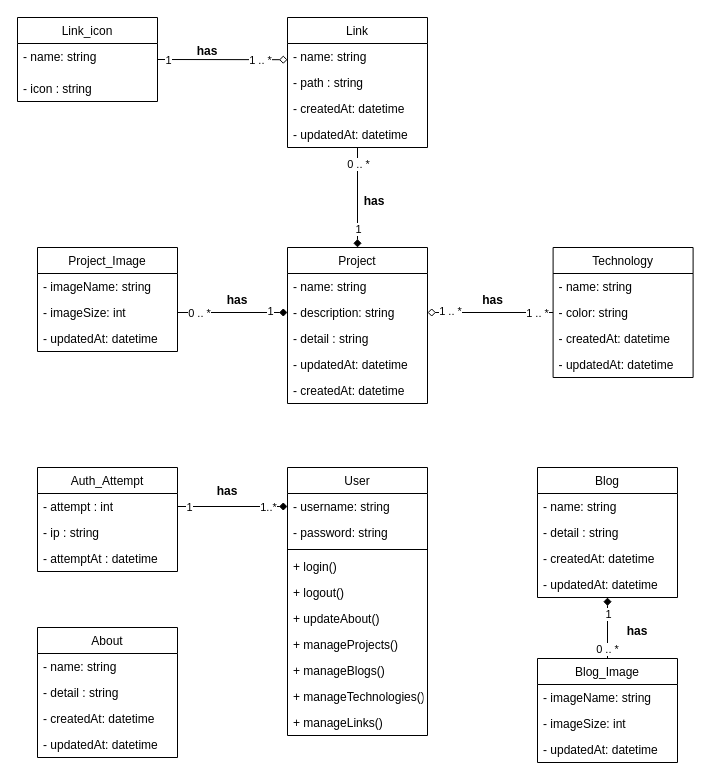
YoanMen/portfolio-symfony keeps this draw.io diagram as documents/diagramme-de-class.drawio. Above is the earlier version. Source tidied: cells renumbered, new cells numbered last; positions are measured from the earlier drawing's top-left corner, leaving out a move shared by most shapes. Both pictures are drawn from the tidied source at 100%, with x=0, y=0 at pixel (17, 17).
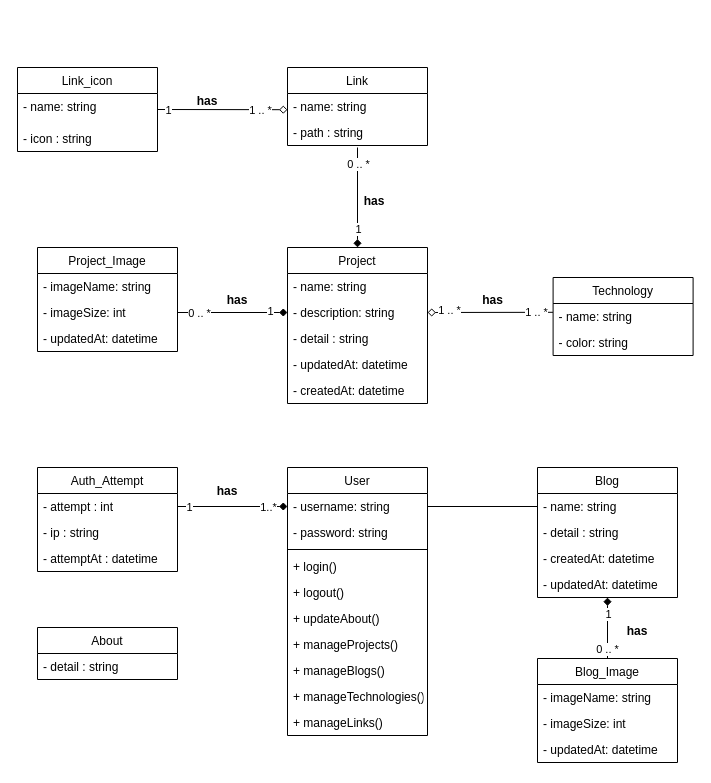
After the change.

Unchanged cells that the change refers to:
```xml
<mxCell id="3" value="- username: string" style="text;strokeColor=none;fillColor=none;align=left;verticalAlign=top;spacingLeft=4;spacingRight=4;overflow=hidden;points=[[0,0.5],[1,0.5]];portConstraint=eastwest;" parent="2" vertex="1">
  <mxGeometry y="26" width="140" height="26" as="geometry" />
</mxCell>
<mxCell id="16" value="Project" style="swimlane;fontStyle=0;horizontal=1;startSize=26;fillColor=none;" parent="1" vertex="1">
  <mxGeometry x="270" y="230" width="140" height="156" as="geometry" />
</mxCell>
<mxCell id="18" value="- description: string" style="text;strokeColor=none;fillColor=none;align=left;verticalAlign=top;spacingLeft=4;spacingRight=4;overflow=hidden;points=[[0,0.5],[1,0.5]];portConstraint=eastwest;" parent="16" vertex="1">
  <mxGeometry y="52" width="140" height="26" as="geometry" />
</mxCell>
<mxCell id="35" value="- name: string" style="text;strokeColor=none;fillColor=none;align=left;verticalAlign=top;spacingLeft=4;spacingRight=4;overflow=hidden;points=[[0,0.5],[1,0.5]];portConstraint=eastwest;" parent="34" vertex="1">
  <mxGeometry y="26" width="140" height="26" as="geometry" />
</mxCell>
<mxCell id="56" value="- name: string" style="text;strokeColor=none;fillColor=none;align=left;verticalAlign=top;spacingLeft=4;spacingRight=4;overflow=hidden;points=[[0,0.5],[1,0.5]];portConstraint=eastwest;" parent="55" vertex="1">
  <mxGeometry y="26" width="140" height="26" as="geometry" />
</mxCell>
<mxCell id="57" value="- color: string" style="text;strokeColor=none;fillColor=none;align=left;verticalAlign=top;spacingLeft=4;spacingRight=4;overflow=hidden;points=[[0,0.5],[1,0.5]];portConstraint=eastwest;" parent="55" vertex="1">
  <mxGeometry y="52" width="140" height="26" as="geometry" />
</mxCell>
```

The edit, as a diff of the source:
```diff
@@
-    <mxCell id="13" style="edgeStyle=none;html=1;exitX=0.5;exitY=0;exitDx=0;exitDy=0;entryX=0.5;entryY=1;entryDx=0;entryDy=0;entryPerimeter=0;endArrow=none;endFill=0;startArrow=diamond;startFill=1;" parent="1" edge="1" source="16" target="47">
-      <mxGeometry relative="1" as="geometry" />
+    <mxCell id="13" style="edgeStyle=none;html=1;exitX=0.5;exitY=0;exitDx=0;exitDy=0;entryX=0.5;entryY=1;entryDx=0;entryDy=0;entryPerimeter=0;endArrow=none;endFill=0;startArrow=diamond;startFill=1;" parent="1" edge="1" source="16">
+      <mxGeometry relative="1" as="geometry">
+        <mxPoint x="340" y="130" as="targetPoint" />
+      </mxGeometry>
     </mxCell>
@@
     <mxCell id="22" value="About" style="swimlane;fontStyle=0;horizontal=1;startSize=26;fillColor=none;" parent="1" vertex="1">
-      <mxGeometry x="20" y="610" width="140" height="130" as="geometry" />
+      <mxGeometry x="20" y="610" width="140" height="52" as="geometry" />
     </mxCell>
-    <mxCell id="23" value="- name: string" style="text;strokeColor=none;fillColor=none;align=left;verticalAlign=top;spacingLeft=4;spacingRight=4;overflow=hidden;" parent="22" vertex="1">
-      <mxGeometry y="26" width="140" height="26" as="geometry" />
-    </mxCell>
     <mxCell id="24" value="- detail : string" style="text;strokeColor=none;fillColor=none;align=left;verticalAlign=top;spacingLeft=4;spacingRight=4;overflow=hidden;" parent="22" vertex="1">
-      <mxGeometry y="52" width="140" height="26" as="geometry" />
+      <mxGeometry y="26" width="140" height="26" as="geometry" />
     </mxCell>
-    <mxCell id="25" value="- createdAt: datetime" style="text;strokeColor=none;fillColor=none;align=left;verticalAlign=top;spacingLeft=4;spacingRight=4;overflow=hidden;" parent="22" vertex="1">
-      <mxGeometry y="78" width="140" height="26" as="geometry" />
-    </mxCell>
-    <mxCell id="26" value="- updatedAt: datetime" style="text;strokeColor=none;fillColor=none;align=left;verticalAlign=top;spacingLeft=4;spacingRight=4;overflow=hidden;" parent="22" vertex="1">
-      <mxGeometry y="104" width="140" height="26" as="geometry" />
-    </mxCell>
@@
     <mxCell id="43" value="Link" style="swimlane;fontStyle=0;horizontal=1;startSize=26;fillColor=none;" parent="1" vertex="1">
-      <mxGeometry x="270" width="140" height="130" as="geometry" />
+      <mxGeometry x="270" y="50" width="140" height="78" as="geometry" />
     </mxCell>
@@
-    <mxCell id="46" value="- createdAt: datetime" style="text;strokeColor=none;fillColor=none;align=left;verticalAlign=top;spacingLeft=4;spacingRight=4;overflow=hidden;" parent="43" vertex="1">
-      <mxGeometry y="78" width="140" height="26" as="geometry" />
-    </mxCell>
-    <mxCell id="47" value="- updatedAt: datetime" style="text;strokeColor=none;fillColor=none;align=left;verticalAlign=top;spacingLeft=4;spacingRight=4;overflow=hidden;points=[[0,0.5],[1,0.5]];portConstraint=eastwest;" parent="43" vertex="1">
-      <mxGeometry y="104" width="140" height="26" as="geometry" />
-    </mxCell>
     <mxCell id="48" value="Link_icon" style="swimlane;fontStyle=0;horizontal=1;startSize=26;fillColor=none;" parent="1" vertex="1">
-      <mxGeometry width="140" height="84" as="geometry" />
+      <mxGeometry y="50" width="140" height="84" as="geometry" />
     </mxCell>
@@
     <mxCell id="55" value="Technology" style="swimlane;fontStyle=0;horizontal=1;startSize=26;fillColor=none;" parent="1" vertex="1">
-      <mxGeometry x="535.6" y="230" width="140" height="130" as="geometry" />
+      <mxGeometry x="535.6" y="260" width="140" height="78" as="geometry" />
     </mxCell>
@@
-    <mxCell id="58" value="- createdAt: datetime" style="text;strokeColor=none;fillColor=none;align=left;verticalAlign=top;spacingLeft=4;spacingRight=4;overflow=hidden;" parent="55" vertex="1">
-      <mxGeometry y="78" width="140" height="26" as="geometry" />
-    </mxCell>
-    <mxCell id="59" value="- updatedAt: datetime" style="text;strokeColor=none;fillColor=none;align=left;verticalAlign=top;spacingLeft=4;spacingRight=4;overflow=hidden;" parent="55" vertex="1">
-      <mxGeometry y="104" width="140" height="26" as="geometry" />
-    </mxCell>
@@
     <mxCell id="70" value="has" style="text;align=center;fontStyle=1;verticalAlign=middle;spacingLeft=3;spacingRight=3;strokeColor=none;" parent="1" vertex="1">
-      <mxGeometry x="150" y="20" width="80" height="26" as="geometry" />
+      <mxGeometry x="150" y="70" width="80" height="26" as="geometry" />
     </mxCell>
-    <mxCell id="71" style="edgeStyle=none;html=1;exitX=1;exitY=0.5;exitDx=0;exitDy=0;entryX=0;entryY=0.5;entryDx=0;entryDy=0;endArrow=none;endFill=0;startArrow=diamond;startFill=0;" parent="1" edge="1" source="18" target="57">
+    <mxCell id="71" style="edgeStyle=none;html=1;exitX=1;exitY=0.5;exitDx=0;exitDy=0;entryX=-0.001;entryY=0.339;entryDx=0;entryDy=0;endArrow=none;endFill=0;startArrow=diamond;startFill=0;entryPerimeter=0;" parent="1" edge="1" source="18" target="56">
       <mxGeometry relative="1" as="geometry" />
     </mxCell>
@@
+    <mxCell id="78" style="edgeStyle=none;html=1;exitX=1;exitY=0.5;exitDx=0;exitDy=0;entryX=0;entryY=0.5;entryDx=0;entryDy=0;endArrow=none;endFill=0;" parent="1" edge="1" source="3" target="35">
+      <mxGeometry relative="1" as="geometry" />
+    </mxCell>
```
